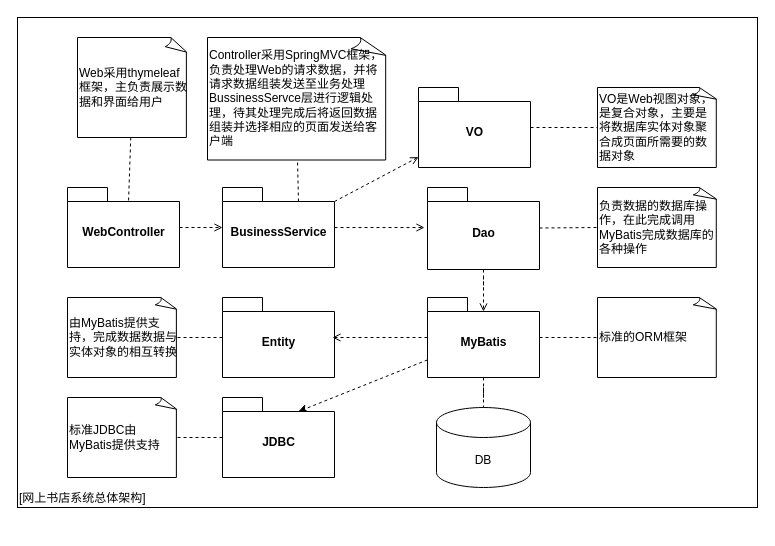
MinDaHu/UML keeps this draw.io diagram as 毕业设计-软件架构图.drawio. Above is the earlier version. Source tidied: cells renumbered, new cells numbered last; positions are measured from the earlier drawing's top-left corner, leaving out a move shared by most shapes. Both pictures are drawn from the tidied source at 100%, with x=0, y=0 at pixel (17, 17).
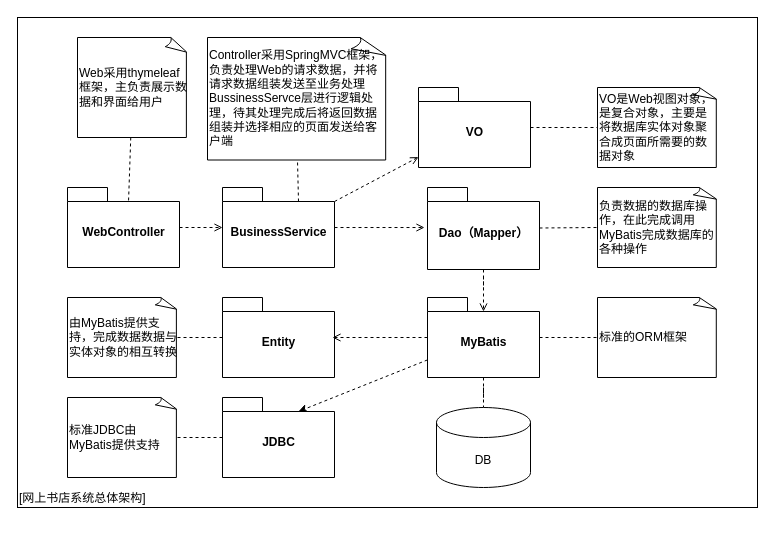
After the change.

Commit message (it also covers changes not shown here):
更新毕业设计-软件架构图.drawio

The edit, as a diff of the source:
```diff
@@
-    <mxCell id="11" value="Dao" style="shape=folder;fontStyle=1;spacingTop=10;tabWidth=40;tabHeight=14;tabPosition=left;html=1;" parent="1" vertex="1">
+    <mxCell id="11" value="Dao（Mapper）" style="shape=folder;fontStyle=1;spacingTop=10;tabWidth=40;tabHeight=14;tabPosition=left;html=1;" parent="1" vertex="1">
       <mxGeometry x="410" y="170" width="112" height="82" as="geometry" />
     </mxCell>
```
